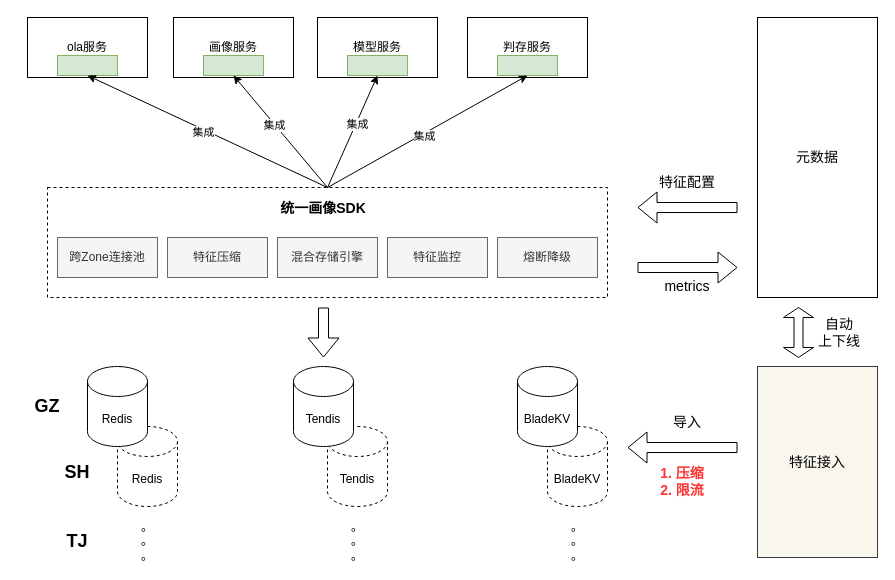
learn2Pro/draw_io_save keeps this draw.io diagram as f_serving_high_level.drawio. Above is the earlier version. Source tidied: cells renumbered, new cells numbered last; positions are measured from the earlier drawing's top-left corner, leaving out a move shared by most shapes. Both pictures are drawn from the tidied source at 100%, with x=0, y=0 at pixel (17, 17).
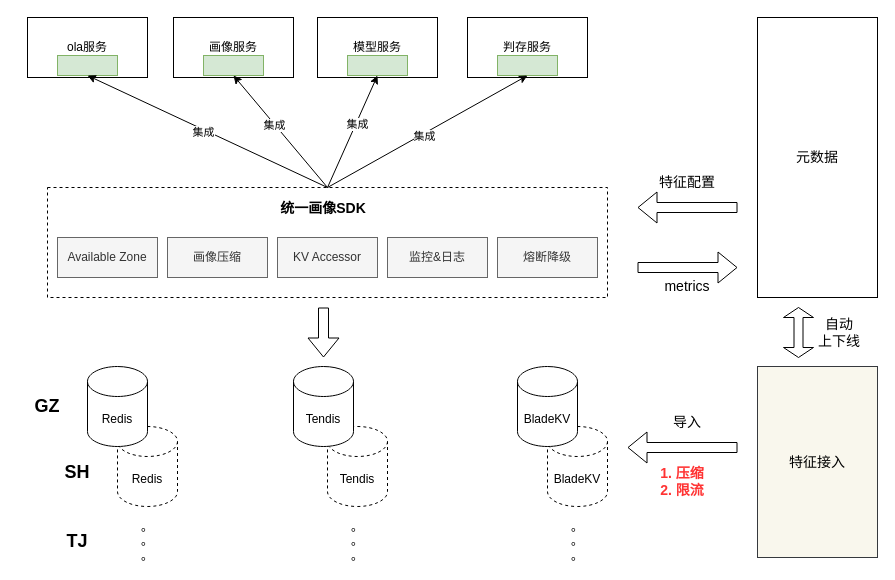
After the change.

The change refers to these unchanged cells:
```xml
<mxCell id="44" style="group;" parent="1" vertex="1">
  <mxGeometry x="40" y="220" width="540" height="40" as="geometry" />
</mxCell>
```

What changed in the source:
```diff
@@
-    <mxCell id="45" value="跨Zone连接池" style="rounded=0;whiteSpace=wrap;html=1;fillColor=#f5f5f5;fontColor=#333333;strokeColor=#666666;flipH=1;flipV=1;" parent="44" vertex="1">
+    <mxCell id="45" value="Available Zone" style="rounded=0;whiteSpace=wrap;html=1;fillColor=#f5f5f5;fontColor=#333333;strokeColor=#666666;flipH=1;flipV=1;" parent="44" vertex="1">
       <mxGeometry width="100" height="40" as="geometry" />
     </mxCell>
-    <mxCell id="46" value="特征压缩" style="rounded=0;whiteSpace=wrap;html=1;fillColor=#f5f5f5;fontColor=#333333;strokeColor=#666666;flipH=1;flipV=1;" parent="44" vertex="1">
+    <mxCell id="46" value="画像压缩" style="rounded=0;whiteSpace=wrap;html=1;fillColor=#f5f5f5;fontColor=#333333;strokeColor=#666666;flipH=1;flipV=1;" parent="44" vertex="1">
       <mxGeometry x="110" width="100" height="40" as="geometry" />
     </mxCell>
-    <mxCell id="47" value="特征监控" style="rounded=0;whiteSpace=wrap;html=1;fillColor=#f5f5f5;fontColor=#333333;strokeColor=#666666;flipH=1;flipV=1;" parent="44" vertex="1">
+    <mxCell id="47" value="监控&amp;amp;日志" style="rounded=0;whiteSpace=wrap;html=1;fillColor=#f5f5f5;fontColor=#333333;strokeColor=#666666;flipH=1;flipV=1;" parent="44" vertex="1">
       <mxGeometry x="330" width="100" height="40" as="geometry" />
     </mxCell>
-    <mxCell id="48" value="混合存储引擎" style="rounded=0;whiteSpace=wrap;html=1;fillColor=#f5f5f5;fontColor=#333333;strokeColor=#666666;flipH=1;flipV=1;" parent="44" vertex="1">
+    <mxCell id="48" value="KV Accessor" style="rounded=0;whiteSpace=wrap;html=1;fillColor=#f5f5f5;fontColor=#333333;strokeColor=#666666;flipH=1;flipV=1;" parent="44" vertex="1">
       <mxGeometry x="220" width="100" height="40" as="geometry" />
     </mxCell>
```
